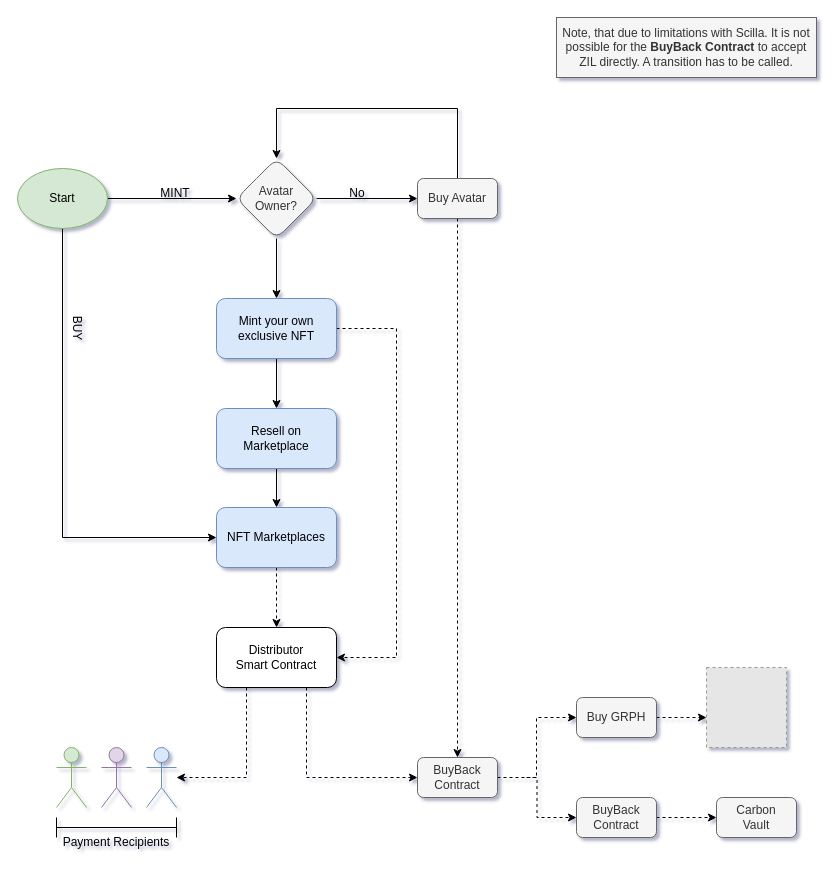
The draw.io diagram CryptoKiwisSaleFlow.drawio in Carbon-Labs/Diagrams, before the edit. Source tidied: cells renumbered, new cells numbered last; positions are measured from the earlier drawing's top-left corner, leaving out a move shared by most shapes. Both pictures are drawn from the tidied source at 100%, with x=0, y=0 at pixel (17, 17). Pictures stored in the file or linked from it are replaced by grey dashed boxes.
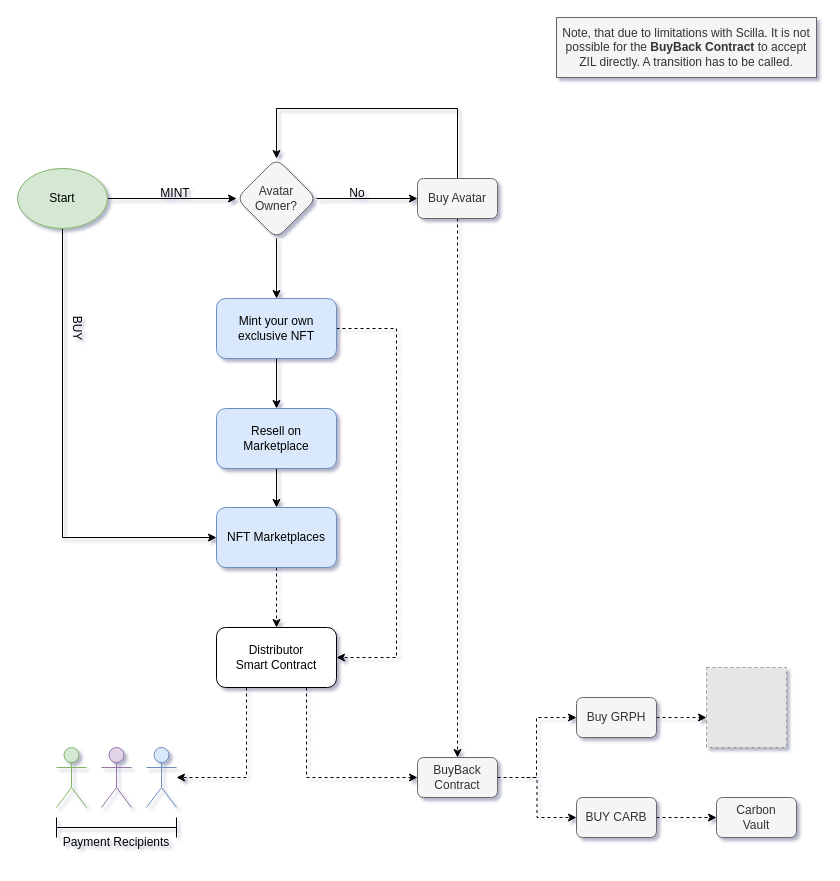
The same diagram, later.

Change to the diagram source:
```diff
@@
-    <mxCell id="32" value="BuyBack&lt;br&gt;Contract" style="rounded=1;whiteSpace=wrap;html=1;glass=0;fillColor=#f5f5f5;fontColor=#333333;strokeColor=#666666;" parent="1" vertex="1">
+    <mxCell id="32" value="BUY CARB" style="rounded=1;whiteSpace=wrap;html=1;glass=0;fillColor=#f5f5f5;fontColor=#333333;strokeColor=#666666;" parent="1" vertex="1">
       <mxGeometry x="559" y="780" width="80" height="40" as="geometry" />
     </mxCell>
```
